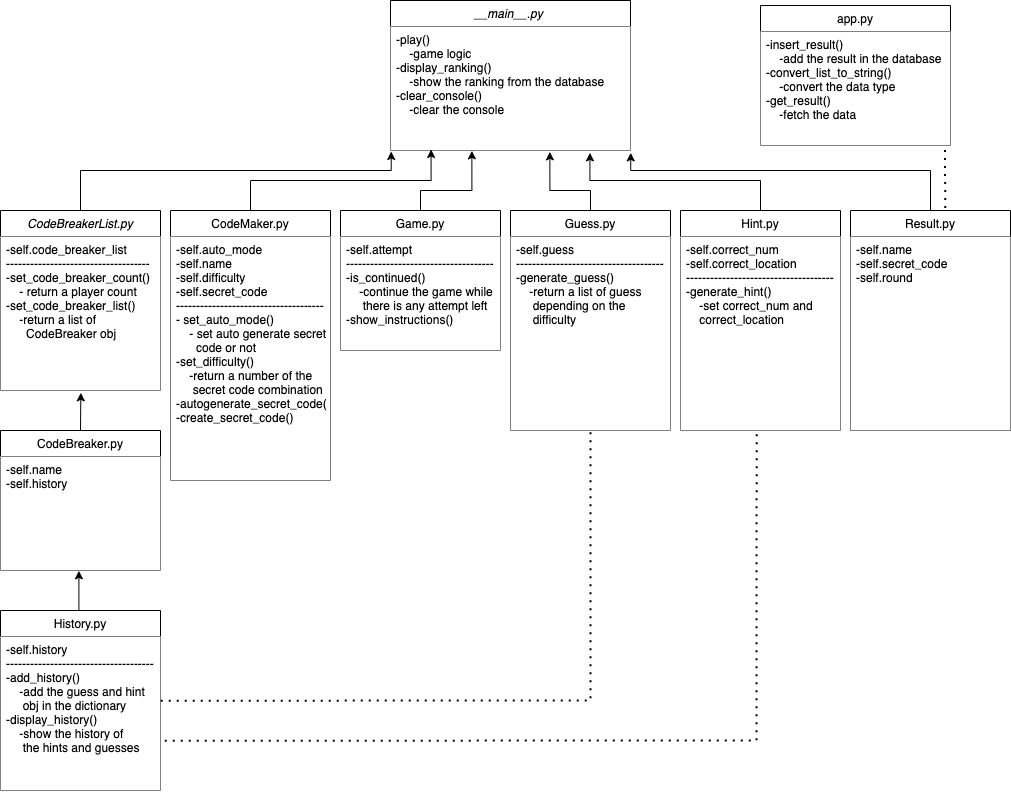
Earlier version of the draw.io export src/images/hierarchy.png (reitoserizawa/mastermind-game). Source tidied: cells renumbered, new cells last; positions are measured from the earlier drawing's top-left corner, leaving out a move shared by most shapes.
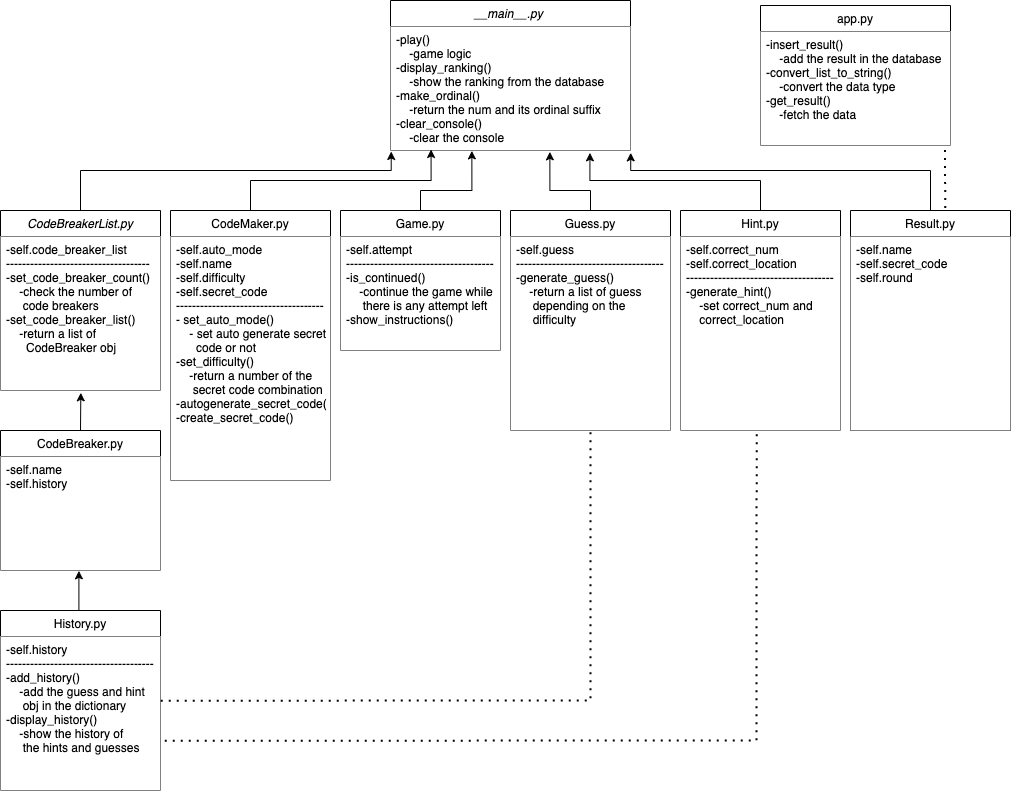
The same file after the commit.

Commit message:
database reset

Change to the diagram source:
```diff
@@ -5,7 +5,7 @@
     <mxCell id="2" value="__main__.py " style="swimlane;fontStyle=2;align=center;verticalAlign=top;horizontal=1;startSize=26;rounded=0;shadow=0;strokeWidth=1;fillColor=default;" parent="1" vertex="1">
       <mxGeometry x="390" width="240" height="150" as="geometry" />
     </mxCell>
-    <mxCell id="3" value="-play()&#10;    -game logic&#10;-display_ranking()&#10;    -show the ranking from the database&#10;-clear_console()&#10;    -clear the console" style="text;align=left;verticalAlign=top;spacingLeft=4;spacingRight=4;overflow=hidden;points=[[0,0.5],[1,0.5]];portConstraint=eastwest;fillColor=default;" parent="2" vertex="1">
+    <mxCell id="3" value="-play()&#10;    -game logic&#10;-display_ranking()&#10;    -show the ranking from the database&#10;-make_ordinal()&#10;    -return the num and its ordinal suffix&#10;-clear_console()&#10;    -clear the console" style="text;align=left;verticalAlign=top;spacingLeft=4;spacingRight=4;overflow=hidden;points=[[0,0.5],[1,0.5]];portConstraint=eastwest;fillColor=default;" parent="2" vertex="1">
       <mxGeometry y="26" width="240" height="124" as="geometry" />
     </mxCell>
     <mxCell id="4" value="app.py" style="swimlane;fontStyle=0;align=center;verticalAlign=top;horizontal=1;startSize=26;rounded=0;shadow=0;strokeWidth=1;" parent="1" vertex="1">
@@ -53,7 +53,7 @@
     <mxCell id="13" value="CodeBreakerList.py" style="swimlane;fontStyle=2;align=center;verticalAlign=top;horizontal=1;startSize=26;rounded=0;shadow=0;strokeWidth=1;" parent="1" vertex="1">
       <mxGeometry y="210" width="160" height="180" as="geometry" />
     </mxCell>
-    <mxCell id="14" value="-self.code_breaker_list&#10;------------------------------------&#10;-set_code_breaker_count()&#10;    - return a player count&#10;-set_code_breaker_list()&#10;    -return a list of &#10;      CodeBreaker obj&#10;&#10;&#10;        &#10;" style="text;align=left;verticalAlign=top;spacingLeft=4;spacingRight=4;overflow=hidden;points=[[0,0.5],[1,0.5]];portConstraint=eastwest;fillColor=default;" parent="13" vertex="1">
+    <mxCell id="14" value="-self.code_breaker_list&#10;------------------------------------&#10;-set_code_breaker_count()&#10;    -check the number of&#10;     code breakers&#10;-set_code_breaker_list()&#10;    -return a list of &#10;      CodeBreaker obj&#10;&#10;&#10;        &#10;" style="text;align=left;verticalAlign=top;spacingLeft=4;spacingRight=4;overflow=hidden;points=[[0,0.5],[1,0.5]];portConstraint=eastwest;fillColor=default;" parent="13" vertex="1">
       <mxGeometry y="26" width="160" height="154" as="geometry" />
     </mxCell>
     <mxCell id="15" style="edgeStyle=orthogonalEdgeStyle;rounded=0;jettySize=auto;html=1;exitX=0.5;exitY=0;exitDx=0;exitDy=0;entryX=0.664;entryY=1.011;entryDx=0;entryDy=0;entryPerimeter=0;" parent="1" edge="1" source="16" target="3">
```
